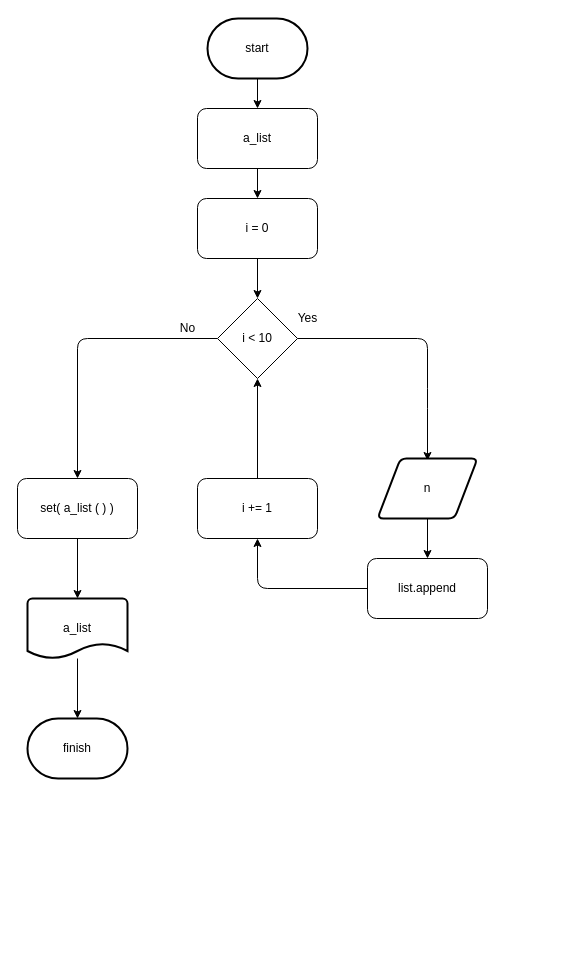
Above: stage/04_1D-list/3052.drawio in Gyeongrok-Oh/boj (draw.io), before the change. Source tidied: cells renumbered, new cells numbered last; positions are measured from the earlier drawing's top-left corner, leaving out a move shared by most shapes. Both pictures are drawn from the tidied source at 100%, with x=0, y=0 at pixel (17, 18).
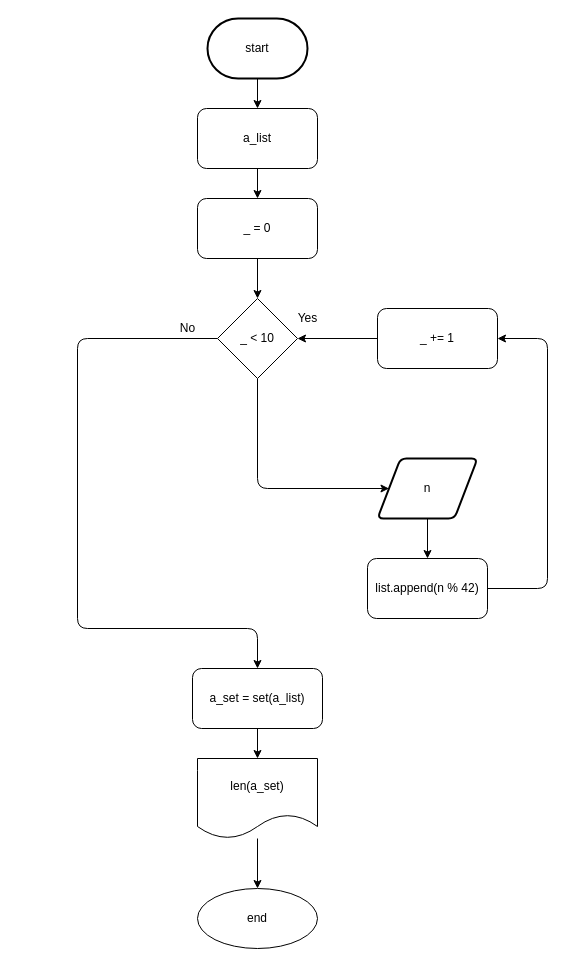
After the change.

Unchanged cells that the change refers to:
```xml
<mxCell id="14" value="n" style="shape=parallelogram;html=1;strokeWidth=2;perimeter=parallelogramPerimeter;whiteSpace=wrap;rounded=1;arcSize=12;size=0.23;" parent="1" vertex="1">
  <mxGeometry x="360" y="440" width="100" height="60" as="geometry" />
</mxCell>
```

What changed in the source:
```diff
@@
-    <mxCell id="7" value="i = 0" style="rounded=1;whiteSpace=wrap;html=1;" parent="1" vertex="1">
+    <mxCell id="7" value="_ = 0" style="rounded=1;whiteSpace=wrap;html=1;" parent="1" vertex="1">
       <mxGeometry x="180" y="180" width="120" height="60" as="geometry" />
     </mxCell>
-    <mxCell id="8" style="edgeStyle=none;html=1;" parent="1" edge="1" source="10">
+    <mxCell id="8" style="edgeStyle=none;html=1;entryX=0.5;entryY=0;entryDx=0;entryDy=0;" parent="1" edge="1" source="10" target="27">
       <mxGeometry relative="1" as="geometry">
-        <mxPoint x="60" y="460" as="targetPoint" />
         <Array as="points">
           <mxPoint x="60" y="320" />
+          <mxPoint x="60" y="610" />
+          <mxPoint x="240" y="610" />
         </Array>
       </mxGeometry>
     </mxCell>
-    <mxCell id="9" style="edgeStyle=none;html=1;" parent="1" edge="1" source="10">
-      <mxGeometry relative="1" as="geometry">
-        <mxPoint x="410" y="442" as="targetPoint" />
-        <Array as="points">
-          <mxPoint x="410" y="320" />
-          <mxPoint x="410" y="380" />
-        </Array>
-      </mxGeometry>
-    </mxCell>
+    <mxCell id="24" style="edgeStyle=none;html=1;entryX=0;entryY=0.5;entryDx=0;entryDy=0;" parent="1" edge="1" source="10" target="14">
+      <mxGeometry relative="1" as="geometry">
+        <Array as="points">
+          <mxPoint x="240" y="470" />
+        </Array>
+      </mxGeometry>
+    </mxCell>
-    <mxCell id="10" value="i &amp;lt; 10" style="rhombus;whiteSpace=wrap;html=1;" parent="1" vertex="1">
+    <mxCell id="10" value="_ &amp;lt; 10" style="rhombus;whiteSpace=wrap;html=1;" parent="1" vertex="1">
       <mxGeometry x="200" y="280" width="80" height="80" as="geometry" />
     </mxCell>
@@
-    <mxCell id="13" style="edgeStyle=none;html=1;" parent="1" edge="1" source="14">
-      <mxGeometry relative="1" as="geometry">
-        <mxPoint x="410" y="540" as="targetPoint" />
-      </mxGeometry>
+    <mxCell id="13" style="edgeStyle=none;html=1;entryX=0.5;entryY=0;entryDx=0;entryDy=0;" parent="1" edge="1" source="14" target="16">
+      <mxGeometry relative="1" as="geometry" />
     </mxCell>
@@
-    <mxCell id="15" style="edgeStyle=none;html=1;" parent="1" edge="1" source="16">
-      <mxGeometry relative="1" as="geometry">
-        <mxPoint x="240" y="520" as="targetPoint" />
-        <Array as="points">
-          <mxPoint x="240" y="570" />
-        </Array>
-      </mxGeometry>
-    </mxCell>
+    <mxCell id="25" style="edgeStyle=none;html=1;entryX=1;entryY=0.5;entryDx=0;entryDy=0;" parent="1" edge="1" source="16" target="18">
+      <mxGeometry relative="1" as="geometry">
+        <Array as="points">
+          <mxPoint x="530" y="570" />
+          <mxPoint x="530" y="320" />
+        </Array>
+      </mxGeometry>
+    </mxCell>
-    <mxCell id="16" value="list.append" style="rounded=1;whiteSpace=wrap;html=1;" parent="1" vertex="1">
+    <mxCell id="16" value="list.append(n % 42)" style="rounded=1;whiteSpace=wrap;html=1;" parent="1" vertex="1">
       <mxGeometry x="350" y="540" width="120" height="60" as="geometry" />
     </mxCell>
-    <mxCell id="17" style="edgeStyle=none;html=1;entryX=0.5;entryY=1;entryDx=0;entryDy=0;" parent="1" edge="1" source="18" target="10">
+    <mxCell id="17" style="edgeStyle=none;html=1;entryX=1;entryY=0.5;entryDx=0;entryDy=0;" parent="1" edge="1" source="18" target="10">
       <mxGeometry relative="1" as="geometry" />
     </mxCell>
-    <mxCell id="18" value="i += 1" style="rounded=1;whiteSpace=wrap;html=1;" parent="1" vertex="1">
-      <mxGeometry x="180" y="460" width="120" height="60" as="geometry" />
+    <mxCell id="18" value="_ += 1" style="rounded=1;whiteSpace=wrap;html=1;" parent="1" vertex="1">
+      <mxGeometry x="360" y="290" width="120" height="60" as="geometry" />
     </mxCell>
-    <mxCell id="19" style="edgeStyle=none;html=1;" parent="1" edge="1" source="20">
-      <mxGeometry relative="1" as="geometry">
-        <mxPoint x="60" y="580" as="targetPoint" />
-      </mxGeometry>
-    </mxCell>
-    <mxCell id="20" value="set( a_list ( ) )" style="rounded=1;whiteSpace=wrap;html=1;" parent="1" vertex="1">
-      <mxGeometry y="460" width="120" height="60" as="geometry" />
-    </mxCell>
-    <mxCell id="21" style="edgeStyle=none;html=1;" parent="1" edge="1" source="22">
-      <mxGeometry relative="1" as="geometry">
-        <mxPoint x="60" y="700" as="targetPoint" />
-      </mxGeometry>
-    </mxCell>
-    <mxCell id="22" value="a_list" style="strokeWidth=2;html=1;shape=mxgraph.flowchart.document2;whiteSpace=wrap;size=0.25;" parent="1" vertex="1">
-      <mxGeometry x="10" y="580" width="100" height="60" as="geometry" />
-    </mxCell>
-    <mxCell id="23" value="finish" style="strokeWidth=2;html=1;shape=mxgraph.flowchart.terminator;whiteSpace=wrap;" parent="1" vertex="1">
-      <mxGeometry x="10" y="700" width="100" height="60" as="geometry" />
-    </mxCell>
+    <mxCell id="26" style="edgeStyle=none;html=1;" parent="1" edge="1" source="27" target="29">
+      <mxGeometry relative="1" as="geometry" />
+    </mxCell>
+    <mxCell id="27" value="a_set = set(a_list)" style="rounded=1;whiteSpace=wrap;html=1;" parent="1" vertex="1">
+      <mxGeometry x="175" y="650" width="130" height="60" as="geometry" />
+    </mxCell>
+    <mxCell id="28" style="edgeStyle=none;html=1;" parent="1" edge="1" source="29" target="30">
+      <mxGeometry relative="1" as="geometry" />
+    </mxCell>
+    <mxCell id="29" value="len(a_set)" style="shape=document;whiteSpace=wrap;html=1;boundedLbl=1;rounded=1;" parent="1" vertex="1">
+      <mxGeometry x="180" y="740" width="120" height="80" as="geometry" />
+    </mxCell>
+    <mxCell id="30" value="end" style="ellipse;whiteSpace=wrap;html=1;rounded=1;" parent="1" vertex="1">
+      <mxGeometry x="180" y="870" width="120" height="60" as="geometry" />
+    </mxCell>
```
